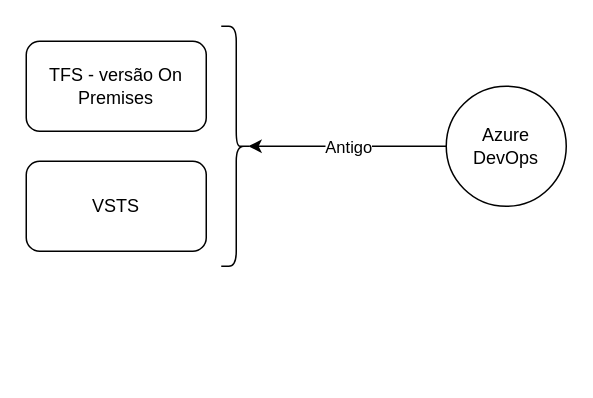
Before: Azure DevOps.drawio in marioalboy/techinfos, a draw.io diagram. Source tidied: cells renumbered, new cells numbered last; positions are measured from the earlier drawing's top-left corner, leaving out a move shared by most shapes. Both pictures are drawn from the tidied source at 150%, with x=0, y=0 at pixel (26, 26).
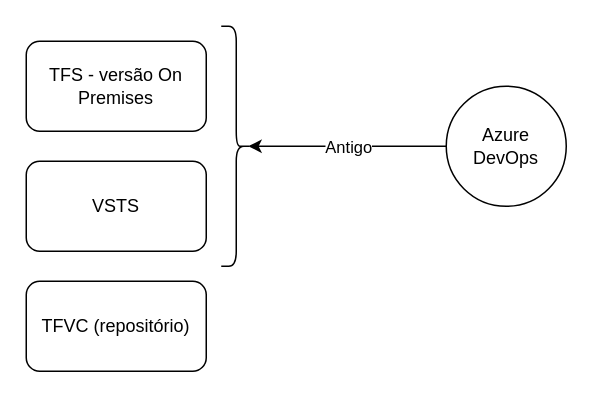
After the change.

The edit, as a diff of the source:
```diff
@@
 <mxGraphModel>
   <root>
     <mxCell id="0" />
     <mxCell id="1" parent="0" />
     <mxCell id="2" value="Azure DevOps" style="ellipse;whiteSpace=wrap;html=1;" parent="1" vertex="1">
       <mxGeometry x="280" y="40" width="80" height="80" as="geometry" />
     </mxCell>
     <mxCell id="3" value="VSTS" style="rounded=1;whiteSpace=wrap;html=1;" parent="1" vertex="1">
       <mxGeometry y="90" width="120" height="60" as="geometry" />
     </mxCell>
     <mxCell id="4" value="TFS - versão On Premises" style="rounded=1;whiteSpace=wrap;html=1;" parent="1" vertex="1">
       <mxGeometry y="10" width="120" height="60" as="geometry" />
     </mxCell>
     <mxCell id="5" style="shape=curlyBracket;whiteSpace=wrap;html=1;rounded=1;rotation=-180;size=0.5;" parent="1" vertex="1">
       <mxGeometry x="130" width="20" height="160" as="geometry" />
     </mxCell>
     <mxCell id="6" style="endArrow=classic;html=1;entryX=0.1;entryY=0.5;entryDx=0;entryDy=0;entryPerimeter=0;exitX=0;exitY=0.5;exitDx=0;exitDy=0;" parent="1" edge="1" source="2">
       <mxGeometry relative="1" as="geometry">
         <mxPoint x="148" y="80" as="targetPoint" />
         <Array as="points">
           <mxPoint x="220" y="80" />
         </Array>
       </mxGeometry>
     </mxCell>
     <mxCell id="7" value="Antigo" style="edgeLabel;html=1;align=center;verticalAlign=middle;" parent="6" vertex="1">
       <mxGeometry relative="1" as="geometry" />
     </mxCell>
+    <mxCell id="8" value="TFVC (repositório)" style="rounded=1;whiteSpace=wrap;html=1;" parent="1" vertex="1">
+      <mxGeometry y="170" width="120" height="60" as="geometry" />
+    </mxCell>
   </root>
 </mxGraphModel>
```
